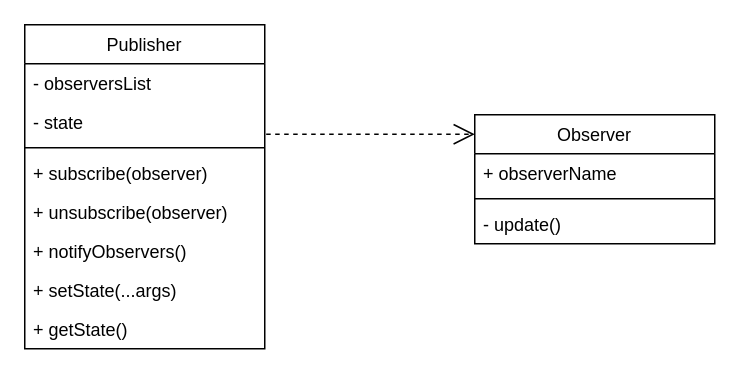
Earlier version of the draw.io diagram page "Observer" (14 of 22) of UML Diagrams.drawio (victor2996/Patterns). Source tidied: cells renumbered, new cells numbered last; positions are measured from the earlier drawing's top-left corner, leaving out a move shared by most shapes. Both pictures are drawn from the tidied source at 150%, with x=0, y=0 at pixel (24, 24).
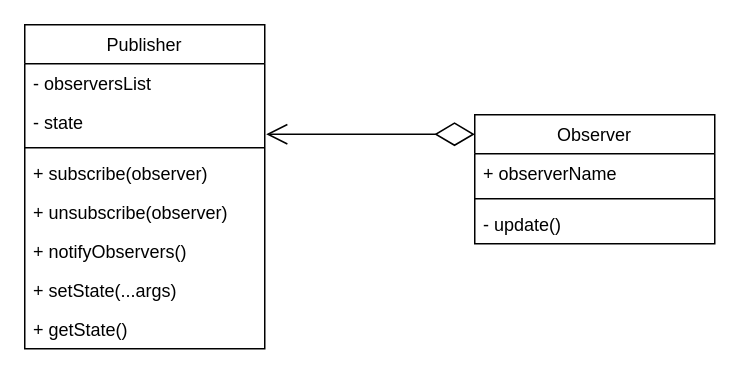
The same page after the edit.

The edit, as a diff of the source:
```diff
@@
 <mxGraphModel>
   <root>
     <mxCell id="0" />
     <mxCell id="1" parent="0" />
     <mxCell id="2" value="Publisher" style="swimlane;fontStyle=0;align=center;verticalAlign=top;horizontal=1;startSize=26;" parent="1" vertex="1">
       <mxGeometry width="160" height="216" as="geometry" />
     </mxCell>
     <mxCell id="3" value="- observersList" style="text;strokeColor=none;fillColor=none;align=left;verticalAlign=top;spacingLeft=4;spacingRight=4;overflow=hidden;" parent="2" vertex="1">
       <mxGeometry y="26" width="160" height="26" as="geometry" />
     </mxCell>
     <mxCell id="4" value="- state" style="text;strokeColor=none;fillColor=none;align=left;verticalAlign=top;spacingLeft=4;spacingRight=4;overflow=hidden;points=[[0,0.5],[1,0.5]];portConstraint=eastwest;" parent="2" vertex="1">
       <mxGeometry y="52" width="160" height="26" as="geometry" />
     </mxCell>
     <mxCell id="5" style="line;strokeWidth=1;fillColor=none;align=left;verticalAlign=middle;spacingTop=-1;spacingLeft=3;spacingRight=3;labelPosition=right;" parent="2" vertex="1">
       <mxGeometry y="78" width="160" height="8" as="geometry" />
     </mxCell>
     <mxCell id="6" value="+ subscribe(observer)" style="text;strokeColor=none;fillColor=none;align=left;verticalAlign=top;spacingLeft=4;spacingRight=4;overflow=hidden;" parent="2" vertex="1">
       <mxGeometry y="86" width="160" height="26" as="geometry" />
     </mxCell>
     <mxCell id="7" value="+ unsubscribe(observer)" style="text;strokeColor=none;fillColor=none;align=left;verticalAlign=top;spacingLeft=4;spacingRight=4;overflow=hidden;" parent="2" vertex="1">
       <mxGeometry y="112" width="160" height="26" as="geometry" />
     </mxCell>
     <mxCell id="8" value="+ notifyObservers()" style="text;strokeColor=none;fillColor=none;align=left;verticalAlign=top;spacingLeft=4;spacingRight=4;overflow=hidden;" parent="2" vertex="1">
       <mxGeometry y="138" width="160" height="26" as="geometry" />
     </mxCell>
     <mxCell id="9" value="+ setState(...args)" style="text;strokeColor=none;fillColor=none;align=left;verticalAlign=top;spacingLeft=4;spacingRight=4;overflow=hidden;" parent="2" vertex="1">
       <mxGeometry y="164" width="160" height="26" as="geometry" />
     </mxCell>
     <mxCell id="10" value="+ getState()" style="text;strokeColor=none;fillColor=none;align=left;verticalAlign=top;spacingLeft=4;spacingRight=4;overflow=hidden;" parent="2" vertex="1">
       <mxGeometry y="190" width="160" height="26" as="geometry" />
     </mxCell>
     <mxCell id="11" value="Observer" style="swimlane;fontStyle=0;align=center;verticalAlign=top;horizontal=1;startSize=26;" parent="1" vertex="1">
       <mxGeometry x="300" y="60" width="160" height="86" as="geometry" />
     </mxCell>
     <mxCell id="12" value="+ observerName" style="text;strokeColor=none;fillColor=none;align=left;verticalAlign=top;spacingLeft=4;spacingRight=4;overflow=hidden;" parent="11" vertex="1">
       <mxGeometry y="26" width="160" height="26" as="geometry" />
     </mxCell>
     <mxCell id="13" style="line;strokeWidth=1;fillColor=none;align=left;verticalAlign=middle;spacingTop=-1;spacingLeft=3;spacingRight=3;labelPosition=right;" parent="11" vertex="1">
       <mxGeometry y="52" width="160" height="8" as="geometry" />
     </mxCell>
     <mxCell id="14" value="- update()" style="text;strokeColor=none;fillColor=none;align=left;verticalAlign=top;spacingLeft=4;spacingRight=4;overflow=hidden;" parent="11" vertex="1">
       <mxGeometry y="60" width="160" height="26" as="geometry" />
     </mxCell>
-    <mxCell id="15" style="endArrow=open;dashed=1;endFill=0;endSize=12;html=1;entryX=0;entryY=0.151;entryDx=0;entryDy=0;entryPerimeter=0;exitX=1.006;exitY=0.808;exitDx=0;exitDy=0;exitPerimeter=0;" parent="1" edge="1" source="4" target="11">
+    <mxCell id="15" style="endArrow=diamondThin;endFill=0;endSize=24;html=1;entryX=0;entryY=0.151;entryDx=0;entryDy=0;entryPerimeter=0;exitX=1.006;exitY=0.808;exitDx=0;exitDy=0;exitPerimeter=0;startArrow=open;startFill=0;startSize=12;" parent="1" edge="1" source="4" target="11">
       <mxGeometry relative="1" as="geometry" />
     </mxCell>
   </root>
 </mxGraphModel>
```
